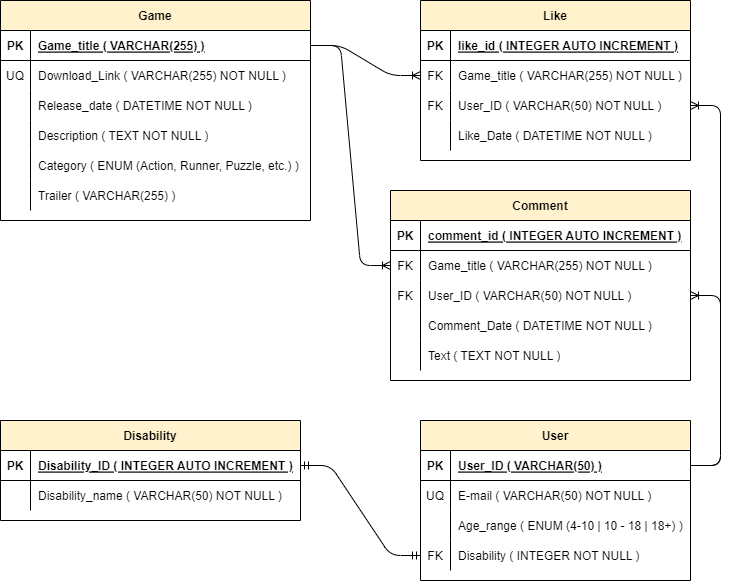
This is Media/Diagrama_DB.png from AmerikeVPA/pi-a-anzures-victor-practicas-3, a draw.io export, as it was before one commit. Source tidied: cells renumbered, new cells last; positions are measured from the earlier drawing's top-left corner, leaving out a move shared by most shapes.
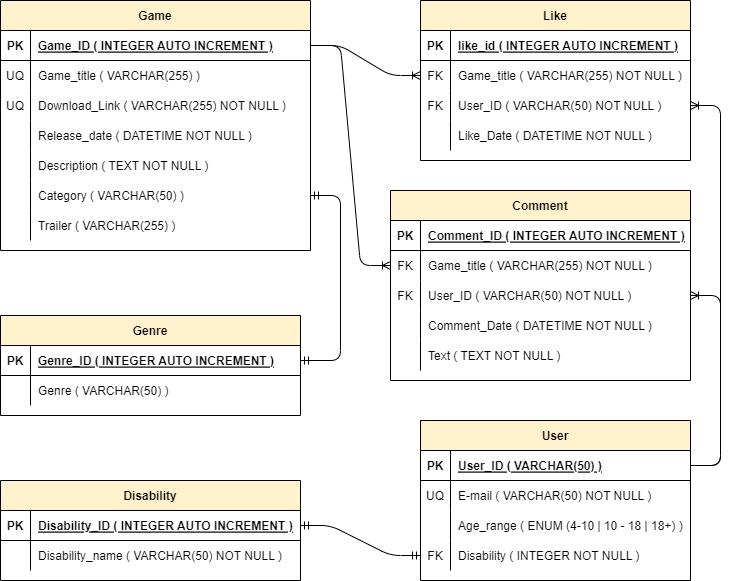
Above is the later version.

Diff of the diagram source:
```diff
@@ -3,7 +3,7 @@
     <mxCell id="0" />
     <mxCell id="1" parent="0" />
     <mxCell id="2" value="Game" style="shape=table;startSize=30;rowLines=0;fontStyle=1;align=center;fillColor=#FFF2CC;swimlaneFillColor=none;" parent="1" vertex="1">
-      <mxGeometry width="310" height="220" as="geometry" />
+      <mxGeometry width="310" height="250" as="geometry" />
     </mxCell>
     <mxCell id="3" style="shape=tableRow;horizontal=0;startSize=0;swimlaneHead=0;swimlaneBody=0;fillColor=none;points=[[0,0.5],[1,0.5]];portConstraint=eastwest;top=0;left=0;right=0;bottom=1;" parent="2" vertex="1">
       <mxGeometry y="30" width="310" height="30" as="geometry" />
@@ -11,11 +11,20 @@
     <mxCell id="4" value="PK" style="shape=partialRectangle;fillColor=none;top=0;left=0;bottom=0;right=0;fontStyle=1;overflow=hidden;" parent="3" vertex="1">
       <mxGeometry width="30" height="30" as="geometry" />
     </mxCell>
-    <mxCell id="5" value="Game_title ( VARCHAR(255) )" style="shape=partialRectangle;fillColor=none;top=0;left=0;bottom=0;right=0;align=left;spacingLeft=6;fontStyle=5;overflow=hidden;" parent="3" vertex="1">
+    <mxCell id="5" value="Game_ID ( INTEGER AUTO INCREMENT )" style="shape=partialRectangle;fillColor=none;top=0;left=0;bottom=0;right=0;align=left;spacingLeft=6;fontStyle=5;overflow=hidden;" parent="3" vertex="1">
       <mxGeometry x="30" width="280" height="30" as="geometry" />
     </mxCell>
+    <mxCell id="75" style="shape=tableRow;horizontal=0;startSize=0;swimlaneHead=0;swimlaneBody=0;fillColor=none;top=0;left=0;right=0;bottom=0;" parent="2" vertex="1">
+      <mxGeometry y="60" width="310" height="30" as="geometry" />
+    </mxCell>
+    <mxCell id="76" value="UQ" style="shape=partialRectangle;fillColor=none;top=0;left=0;bottom=0;right=0;overflow=hidden;" parent="75" vertex="1">
+      <mxGeometry width="30" height="30" as="geometry" />
+    </mxCell>
+    <mxCell id="77" value="Game_title ( VARCHAR(255) )" style="shape=partialRectangle;fillColor=none;top=0;left=0;bottom=0;right=0;align=left;spacingLeft=6;overflow=hidden;" parent="75" vertex="1">
+      <mxGeometry x="30" width="280" height="30" as="geometry" />
+    </mxCell>
     <mxCell id="6" style="shape=tableRow;horizontal=0;startSize=0;swimlaneHead=0;swimlaneBody=0;fillColor=none;top=0;left=0;right=0;bottom=0;" parent="2" vertex="1">
-      <mxGeometry y="60" width="310" height="30" as="geometry" />
+      <mxGeometry y="90" width="310" height="30" as="geometry" />
     </mxCell>
     <mxCell id="7" value="UQ" style="shape=partialRectangle;fillColor=none;top=0;left=0;bottom=0;right=0;overflow=hidden;" parent="6" vertex="1">
       <mxGeometry width="30" height="30" as="geometry" />
@@ -24,7 +33,7 @@
       <mxGeometry x="30" width="280" height="30" as="geometry" />
     </mxCell>
     <mxCell id="9" style="shape=tableRow;horizontal=0;startSize=0;swimlaneHead=0;swimlaneBody=0;fillColor=none;top=0;left=0;right=0;bottom=0;" parent="2" vertex="1">
-      <mxGeometry y="90" width="310" height="30" as="geometry" />
+      <mxGeometry y="120" width="310" height="30" as="geometry" />
     </mxCell>
     <mxCell id="10" style="shape=partialRectangle;fillColor=none;top=0;left=0;bottom=0;right=0;overflow=hidden;" parent="9" vertex="1">
       <mxGeometry width="30" height="30" as="geometry" />
@@ -33,7 +42,7 @@
       <mxGeometry x="30" width="280" height="30" as="geometry" />
     </mxCell>
     <mxCell id="12" style="shape=tableRow;horizontal=0;startSize=0;swimlaneHead=0;swimlaneBody=0;fillColor=none;top=0;left=0;right=0;bottom=0;" parent="2" vertex="1">
-      <mxGeometry y="120" width="310" height="30" as="geometry" />
+      <mxGeometry y="150" width="310" height="30" as="geometry" />
     </mxCell>
     <mxCell id="13" style="shape=partialRectangle;fillColor=none;top=0;left=0;bottom=0;right=0;overflow=hidden;" parent="12" vertex="1">
       <mxGeometry width="30" height="30" as="geometry" />
@@ -42,16 +51,16 @@
       <mxGeometry x="30" width="280" height="30" as="geometry" />
     </mxCell>
     <mxCell id="15" style="shape=tableRow;horizontal=0;startSize=0;swimlaneHead=0;swimlaneBody=0;fillColor=none;points=[[0,0.5],[1,0.5]];portConstraint=eastwest;top=0;left=0;right=0;bottom=0;" parent="2" vertex="1">
-      <mxGeometry y="150" width="310" height="30" as="geometry" />
+      <mxGeometry y="180" width="310" height="30" as="geometry" />
     </mxCell>
     <mxCell id="16" style="shape=partialRectangle;fillColor=none;top=0;left=0;bottom=0;right=0;overflow=hidden;" parent="15" vertex="1">
       <mxGeometry width="30" height="30" as="geometry" />
     </mxCell>
-    <mxCell id="17" value="Category ( ENUM (Action, Runner, Puzzle, etc.) )" style="shape=partialRectangle;fillColor=none;top=0;left=0;bottom=0;right=0;align=left;spacingLeft=6;overflow=hidden;" parent="15" vertex="1">
+    <mxCell id="17" value="Category ( VARCHAR(50) )" style="shape=partialRectangle;fillColor=none;top=0;left=0;bottom=0;right=0;align=left;spacingLeft=6;overflow=hidden;" parent="15" vertex="1">
       <mxGeometry x="30" width="280" height="30" as="geometry" />
     </mxCell>
     <mxCell id="18" style="shape=tableRow;horizontal=0;startSize=0;swimlaneHead=0;swimlaneBody=0;fillColor=none;top=0;left=0;right=0;bottom=0;" parent="2" vertex="1">
-      <mxGeometry y="180" width="310" height="30" as="geometry" />
+      <mxGeometry y="210" width="310" height="30" as="geometry" />
     </mxCell>
     <mxCell id="19" style="shape=partialRectangle;fillColor=none;top=0;left=0;bottom=0;right=0;overflow=hidden;" parent="18" vertex="1">
       <mxGeometry width="30" height="30" as="geometry" />
@@ -107,7 +116,7 @@
     <mxCell id="36" value="PK" style="shape=partialRectangle;fillColor=none;top=0;left=0;bottom=0;right=0;fontStyle=1;overflow=hidden;" parent="35" vertex="1">
       <mxGeometry width="30" height="30" as="geometry" />
     </mxCell>
-    <mxCell id="37" value="comment_id ( INTEGER AUTO INCREMENT )" style="shape=partialRectangle;fillColor=none;top=0;left=0;bottom=0;right=0;align=left;spacingLeft=6;fontStyle=5;overflow=hidden;" parent="35" vertex="1">
+    <mxCell id="37" value="Comment_ID ( INTEGER AUTO INCREMENT )" style="shape=partialRectangle;fillColor=none;top=0;left=0;bottom=0;right=0;align=left;spacingLeft=6;fontStyle=5;overflow=hidden;" parent="35" vertex="1">
       <mxGeometry x="30" width="270" height="30" as="geometry" />
     </mxCell>
     <mxCell id="38" style="shape=tableRow;horizontal=0;startSize=0;swimlaneHead=0;swimlaneBody=0;fillColor=none;points=[[0,0.5],[1,0.5]];portConstraint=eastwest;top=0;left=0;right=0;bottom=0;" parent="34" vertex="1">
@@ -186,7 +195,7 @@
       <mxGeometry x="30" width="240" height="30" as="geometry" />
     </mxCell>
     <mxCell id="63" value="Disability" style="shape=table;startSize=30;rowLines=0;fontStyle=1;align=center;fillColor=#FFF2CC;swimlaneFillColor=none;" parent="1" vertex="1">
-      <mxGeometry y="420" width="300" height="100" as="geometry" />
+      <mxGeometry y="480" width="300" height="100" as="geometry" />
     </mxCell>
     <mxCell id="64" style="shape=tableRow;horizontal=0;startSize=0;swimlaneHead=0;swimlaneBody=0;fillColor=none;points=[[0,0.5],[1,0.5]];portConstraint=eastwest;top=0;left=0;right=0;bottom=1;" parent="63" vertex="1">
       <mxGeometry y="30" width="300" height="30" as="geometry" />
@@ -221,5 +230,29 @@
     <mxCell id="74" style="edgeStyle=entityRelationEdgeStyle;fontSize=12;html=1;endArrow=ERoneToMany;rounded=1;" parent="1" edge="1" source="22" target="57">
       <mxGeometry relative="1" as="geometry" />
     </mxCell>
+    <mxCell id="78" style="edgeStyle=entityRelationEdgeStyle;fontSize=12;html=1;endArrow=ERmandOne;startArrow=ERmandOne;rounded=1;" parent="1" edge="1" source="80" target="15">
+      <mxGeometry relative="1" as="geometry" />
+    </mxCell>
+    <mxCell id="79" value="Genre" style="shape=table;startSize=30;rowLines=0;fontStyle=1;align=center;fillColor=#FFF2CC;swimlaneFillColor=none;" parent="1" vertex="1">
+      <mxGeometry y="315" width="300" height="100" as="geometry" />
+    </mxCell>
+    <mxCell id="80" style="shape=tableRow;horizontal=0;startSize=0;swimlaneHead=0;swimlaneBody=0;fillColor=none;points=[[0,0.5],[1,0.5]];portConstraint=eastwest;top=0;left=0;right=0;bottom=1;" parent="79" vertex="1">
+      <mxGeometry y="30" width="300" height="30" as="geometry" />
+    </mxCell>
+    <mxCell id="81" value="PK" style="shape=partialRectangle;fillColor=none;top=0;left=0;bottom=0;right=0;fontStyle=1;overflow=hidden;" parent="80" vertex="1">
+      <mxGeometry width="30" height="30" as="geometry" />
+    </mxCell>
+    <mxCell id="82" value="Genre_ID ( INTEGER AUTO INCREMENT )" style="shape=partialRectangle;fillColor=none;top=0;left=0;bottom=0;right=0;align=left;spacingLeft=6;fontStyle=5;overflow=hidden;" parent="80" vertex="1">
+      <mxGeometry x="30" width="270" height="30" as="geometry" />
+    </mxCell>
+    <mxCell id="83" style="shape=tableRow;horizontal=0;startSize=0;swimlaneHead=0;swimlaneBody=0;fillColor=none;top=0;left=0;right=0;bottom=0;" parent="79" vertex="1">
+      <mxGeometry y="60" width="300" height="30" as="geometry" />
+    </mxCell>
+    <mxCell id="84" style="shape=partialRectangle;fillColor=none;top=0;left=0;bottom=0;right=0;overflow=hidden;" parent="83" vertex="1">
+      <mxGeometry width="30" height="30" as="geometry" />
+    </mxCell>
+    <mxCell id="85" value="Genre ( VARCHAR(50) )" style="shape=partialRectangle;fillColor=none;top=0;left=0;bottom=0;right=0;align=left;spacingLeft=6;overflow=hidden;" parent="83" vertex="1">
+      <mxGeometry x="30" width="270" height="30" as="geometry" />
+    </mxCell>
   </root>
 </mxGraphModel>
```
